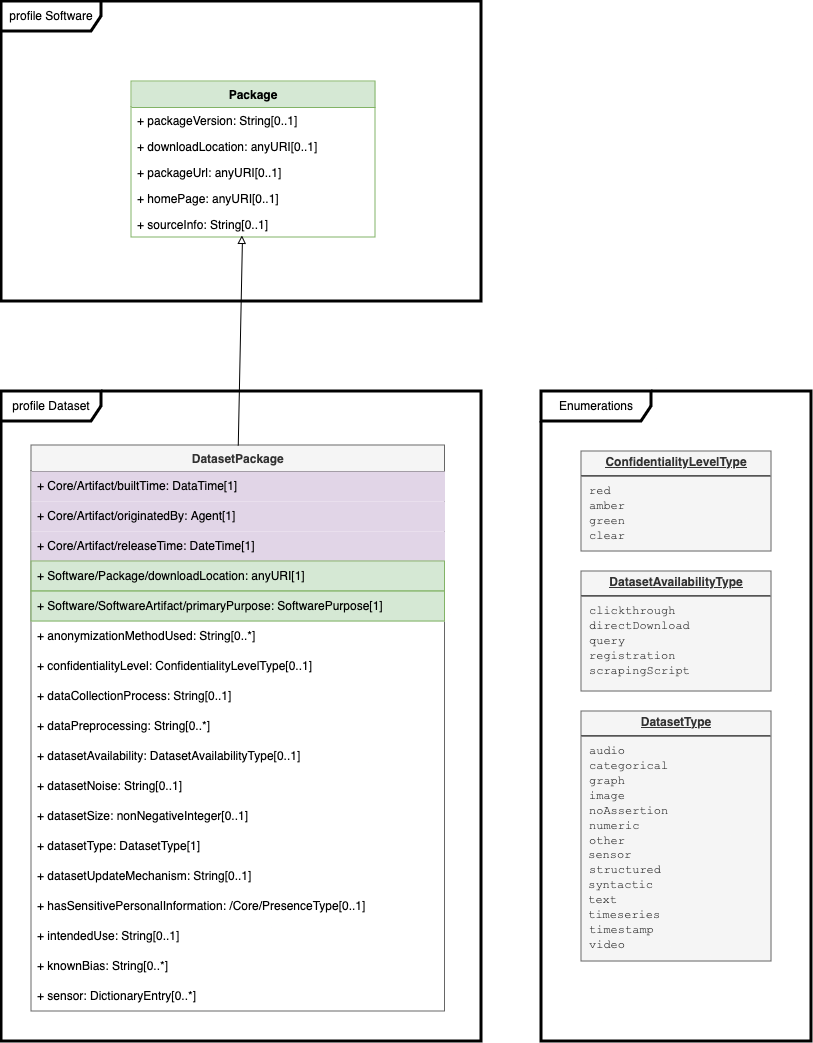
Before: images/model-dataset.png, a diagram exported from draw.io (spdx/spdx-3-model). Source tidied: cells renumbered, new cells last; positions are measured from the earlier drawing's top-left corner, leaving out a move shared by most shapes.
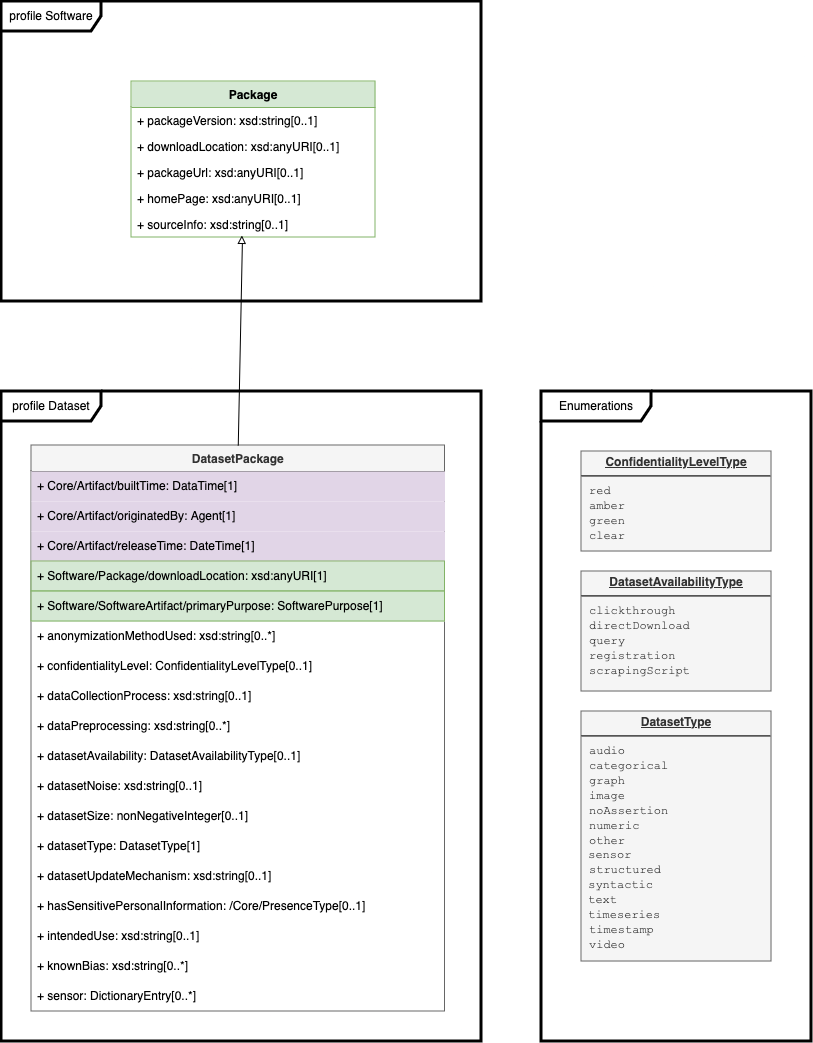
After the commit.

Change to the diagram source:
```diff
@@ -8,19 +8,19 @@
     <mxCell id="3" value="Package" style="swimlane;fontStyle=1;horizontal=1;startSize=26;fillColor=#d5e8d4;strokeColor=#82b366;" parent="1" vertex="1">
       <mxGeometry x="130" y="80" width="244" height="156" as="geometry" />
     </mxCell>
-    <mxCell id="4" value="+ packageVersion: String[0..1]" style="text;strokeColor=none;fillColor=none;align=left;verticalAlign=top;spacingLeft=4;spacingRight=4;overflow=hidden;" parent="3" vertex="1">
+    <mxCell id="4" value="+ packageVersion: xsd:string[0..1]" style="text;strokeColor=none;fillColor=none;align=left;verticalAlign=top;spacingLeft=4;spacingRight=4;overflow=hidden;" parent="3" vertex="1">
       <mxGeometry y="26" width="244" height="26" as="geometry" />
     </mxCell>
-    <mxCell id="5" value="+ downloadLocation: anyURI[0..1]" style="text;strokeColor=none;fillColor=none;align=left;verticalAlign=top;spacingLeft=4;spacingRight=4;overflow=hidden;" parent="3" vertex="1">
+    <mxCell id="5" value="+ downloadLocation: xsd:anyURI[0..1]" style="text;strokeColor=none;fillColor=none;align=left;verticalAlign=top;spacingLeft=4;spacingRight=4;overflow=hidden;" parent="3" vertex="1">
       <mxGeometry y="52" width="244" height="26" as="geometry" />
     </mxCell>
-    <mxCell id="6" value="+ packageUrl: anyURI[0..1]" style="text;strokeColor=none;fillColor=none;align=left;verticalAlign=top;spacingLeft=4;spacingRight=4;overflow=hidden;" parent="3" vertex="1">
+    <mxCell id="6" value="+ packageUrl: xsd:anyURI[0..1]" style="text;strokeColor=none;fillColor=none;align=left;verticalAlign=top;spacingLeft=4;spacingRight=4;overflow=hidden;" parent="3" vertex="1">
       <mxGeometry y="78" width="244" height="26" as="geometry" />
     </mxCell>
-    <mxCell id="7" value="+ homePage: anyURI[0..1]" style="text;strokeColor=none;fillColor=none;align=left;verticalAlign=top;spacingLeft=4;spacingRight=4;overflow=hidden;" parent="3" vertex="1">
+    <mxCell id="7" value="+ homePage: xsd:anyURI[0..1]" style="text;strokeColor=none;fillColor=none;align=left;verticalAlign=top;spacingLeft=4;spacingRight=4;overflow=hidden;" parent="3" vertex="1">
       <mxGeometry y="104" width="244" height="26" as="geometry" />
     </mxCell>
-    <mxCell id="8" value="+ sourceInfo: String[0..1]" style="text;strokeColor=none;fillColor=none;align=left;verticalAlign=top;spacingLeft=4;spacingRight=4;overflow=hidden;points=[[0,0.5],[1,0.5]];portConstraint=eastwest;" parent="3" vertex="1">
+    <mxCell id="8" value="+ sourceInfo: xsd:string[0..1]" style="text;strokeColor=none;fillColor=none;align=left;verticalAlign=top;spacingLeft=4;spacingRight=4;overflow=hidden;points=[[0,0.5],[1,0.5]];portConstraint=eastwest;" parent="3" vertex="1">
       <mxGeometry y="130" width="244" height="26" as="geometry" />
     </mxCell>
     <mxCell id="9" value="profile Dataset" style="shape=umlFrame;whiteSpace=wrap;html=1;width=100;height=30;strokeWidth=3;" parent="1" vertex="1">
@@ -38,28 +38,28 @@
     <mxCell id="13" value="+ Core/Artifact/releaseTime: DateTime[1]" style="text;strokeColor=none;fillColor=#E1D5E7;align=left;verticalAlign=middle;spacingLeft=4;spacingRight=4;overflow=hidden;whiteSpace=wrap;html=1;" parent="10" vertex="1">
       <mxGeometry y="86" width="413.5" height="30" as="geometry" />
     </mxCell>
-    <mxCell id="14" value="+ Software/Package/downloadLocation: anyURI[1]" style="text;strokeColor=#82b366;fillColor=#d5e8d4;align=left;verticalAlign=middle;spacingLeft=4;spacingRight=4;overflow=hidden;whiteSpace=wrap;html=1;" parent="10" vertex="1">
+    <mxCell id="14" value="+ Software/Package/downloadLocation: xsd:anyURI[1]" style="text;strokeColor=#82b366;fillColor=#d5e8d4;align=left;verticalAlign=middle;spacingLeft=4;spacingRight=4;overflow=hidden;whiteSpace=wrap;html=1;" parent="10" vertex="1">
       <mxGeometry y="116" width="413.5" height="30" as="geometry" />
     </mxCell>
     <mxCell id="15" value="+ Software/SoftwareArtifact/primaryPurpose: SoftwarePurpose[1]" style="text;strokeColor=#82b366;fillColor=#d5e8d4;align=left;verticalAlign=middle;spacingLeft=4;spacingRight=4;overflow=hidden;whiteSpace=wrap;html=1;" parent="10" vertex="1">
       <mxGeometry y="146" width="413.5" height="30" as="geometry" />
     </mxCell>
-    <mxCell id="16" value="+ anonymizationMethodUsed: String[0..*]" style="text;strokeColor=none;fillColor=none;align=left;verticalAlign=middle;spacingLeft=4;spacingRight=4;overflow=hidden;whiteSpace=wrap;html=1;" parent="10" vertex="1">
+    <mxCell id="16" value="+ anonymizationMethodUsed: xsd:string[0..*]" style="text;strokeColor=none;fillColor=none;align=left;verticalAlign=middle;spacingLeft=4;spacingRight=4;overflow=hidden;whiteSpace=wrap;html=1;" parent="10" vertex="1">
       <mxGeometry y="176" width="413.5" height="30" as="geometry" />
     </mxCell>
     <mxCell id="17" value="+ confidentialityLevel: ConfidentialityLevelType[0..1]" style="text;strokeColor=none;fillColor=none;align=left;verticalAlign=middle;spacingLeft=4;spacingRight=4;overflow=hidden;whiteSpace=wrap;html=1;" parent="10" vertex="1">
       <mxGeometry y="206" width="413.5" height="30" as="geometry" />
     </mxCell>
-    <mxCell id="18" value="+ dataCollectionProcess: String[0..1]" style="text;strokeColor=none;fillColor=none;align=left;verticalAlign=middle;spacingLeft=4;spacingRight=4;overflow=hidden;whiteSpace=wrap;html=1;" parent="10" vertex="1">
+    <mxCell id="18" value="+ dataCollectionProcess: xsd:string[0..1]" style="text;strokeColor=none;fillColor=none;align=left;verticalAlign=middle;spacingLeft=4;spacingRight=4;overflow=hidden;whiteSpace=wrap;html=1;" parent="10" vertex="1">
       <mxGeometry y="236" width="413.5" height="30" as="geometry" />
     </mxCell>
-    <mxCell id="19" value="+ dataPreprocessing: String[0..*]" style="text;strokeColor=none;fillColor=none;align=left;verticalAlign=middle;spacingLeft=4;spacingRight=4;overflow=hidden;whiteSpace=wrap;html=1;" parent="10" vertex="1">
+    <mxCell id="19" value="+ dataPreprocessing: xsd:string[0..*]" style="text;strokeColor=none;fillColor=none;align=left;verticalAlign=middle;spacingLeft=4;spacingRight=4;overflow=hidden;whiteSpace=wrap;html=1;" parent="10" vertex="1">
       <mxGeometry y="266" width="413.5" height="30" as="geometry" />
     </mxCell>
     <mxCell id="20" value="+ datasetAvailability: DatasetAvailabilityType[0..1]" style="text;strokeColor=none;fillColor=none;align=left;verticalAlign=middle;spacingLeft=4;spacingRight=4;overflow=hidden;whiteSpace=wrap;html=1;" parent="10" vertex="1">
       <mxGeometry y="296" width="413.5" height="30" as="geometry" />
     </mxCell>
-    <mxCell id="21" value="+ datasetNoise: String[0..1]" style="text;strokeColor=none;fillColor=none;align=left;verticalAlign=middle;spacingLeft=4;spacingRight=4;overflow=hidden;whiteSpace=wrap;html=1;" parent="10" vertex="1">
+    <mxCell id="21" value="+ datasetNoise: xsd:string[0..1]" style="text;strokeColor=none;fillColor=none;align=left;verticalAlign=middle;spacingLeft=4;spacingRight=4;overflow=hidden;whiteSpace=wrap;html=1;" parent="10" vertex="1">
       <mxGeometry y="326" width="413.5" height="30" as="geometry" />
     </mxCell>
     <mxCell id="22" value="+ datasetSize: nonNegativeInteger[0..1]" style="text;strokeColor=none;fillColor=none;align=left;verticalAlign=middle;spacingLeft=4;spacingRight=4;overflow=hidden;whiteSpace=wrap;html=1;" parent="10" vertex="1">
@@ -68,16 +68,16 @@
     <mxCell id="23" value="+ datasetType: DatasetType[1]" style="text;strokeColor=none;fillColor=none;align=left;verticalAlign=middle;spacingLeft=4;spacingRight=4;overflow=hidden;whiteSpace=wrap;html=1;" parent="10" vertex="1">
       <mxGeometry y="386" width="413.5" height="30" as="geometry" />
     </mxCell>
-    <mxCell id="24" value="+ datasetUpdateMechanism: String[0..1]" style="text;strokeColor=none;fillColor=none;align=left;verticalAlign=middle;spacingLeft=4;spacingRight=4;overflow=hidden;whiteSpace=wrap;html=1;" parent="10" vertex="1">
+    <mxCell id="24" value="+ datasetUpdateMechanism: xsd:string[0..1]" style="text;strokeColor=none;fillColor=none;align=left;verticalAlign=middle;spacingLeft=4;spacingRight=4;overflow=hidden;whiteSpace=wrap;html=1;" parent="10" vertex="1">
       <mxGeometry y="416" width="413.5" height="30" as="geometry" />
     </mxCell>
     <mxCell id="25" value="+ hasSensitivePersonalInformation: /Core/PresenceType[0..1]" style="text;strokeColor=none;fillColor=none;align=left;verticalAlign=middle;spacingLeft=4;spacingRight=4;overflow=hidden;whiteSpace=wrap;html=1;" parent="10" vertex="1">
       <mxGeometry y="446" width="413.5" height="30" as="geometry" />
     </mxCell>
-    <mxCell id="26" value="+ intendedUse: String[0..1]" style="text;strokeColor=none;fillColor=none;align=left;verticalAlign=middle;spacingLeft=4;spacingRight=4;overflow=hidden;whiteSpace=wrap;html=1;" parent="10" vertex="1">
+    <mxCell id="26" value="+ intendedUse: xsd:string[0..1]" style="text;strokeColor=none;fillColor=none;align=left;verticalAlign=middle;spacingLeft=4;spacingRight=4;overflow=hidden;whiteSpace=wrap;html=1;" parent="10" vertex="1">
       <mxGeometry y="476" width="413.5" height="30" as="geometry" />
     </mxCell>
-    <mxCell id="27" value="+ knownBias: String[0..*]" style="text;strokeColor=none;fillColor=none;align=left;verticalAlign=middle;spacingLeft=4;spacingRight=4;overflow=hidden;whiteSpace=wrap;html=1;" parent="10" vertex="1">
+    <mxCell id="27" value="+ knownBias: xsd:string[0..*]" style="text;strokeColor=none;fillColor=none;align=left;verticalAlign=middle;spacingLeft=4;spacingRight=4;overflow=hidden;whiteSpace=wrap;html=1;" parent="10" vertex="1">
       <mxGeometry y="506" width="413.5" height="30" as="geometry" />
     </mxCell>
     <mxCell id="28" value="+ sensor: DictionaryEntry[0..*]" style="text;strokeColor=none;fillColor=none;align=left;verticalAlign=middle;spacingLeft=4;spacingRight=4;overflow=hidden;whiteSpace=wrap;html=1;" parent="10" vertex="1">
```
